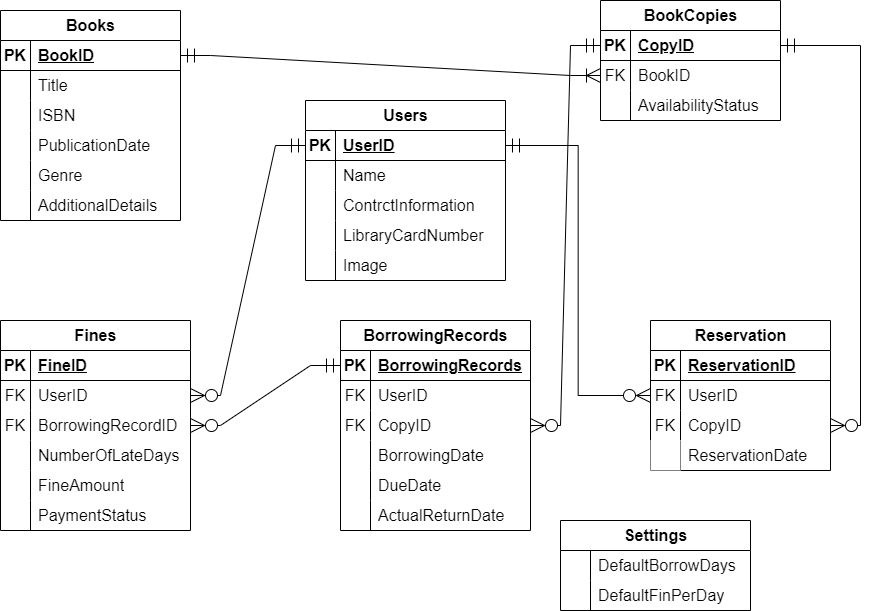
The draw.io diagram Library Relational Schema.png in amineElgaini/LibraryApp, before a commit. Source tidied: cells renumbered, new cells last; positions are measured from the earlier drawing's top-left corner, leaving out a move shared by most shapes.
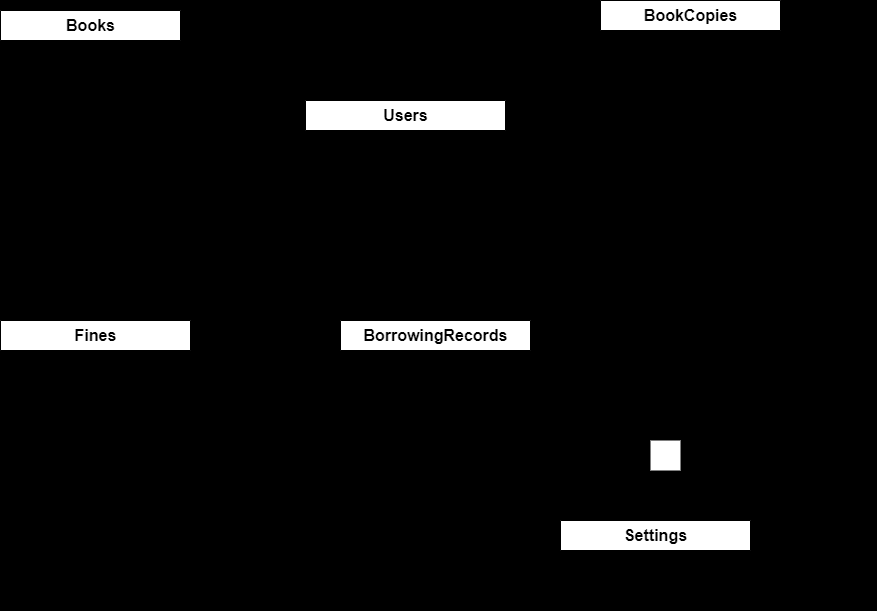
The same file after the commit.

What changed in the source:
```diff
@@ -1,4 +1,4 @@
-<mxGraphModel background="#ffffff">
+<mxGraphModel background="#000000">
   <root>
     <mxCell id="0" />
     <mxCell id="1" parent="0" />
```
